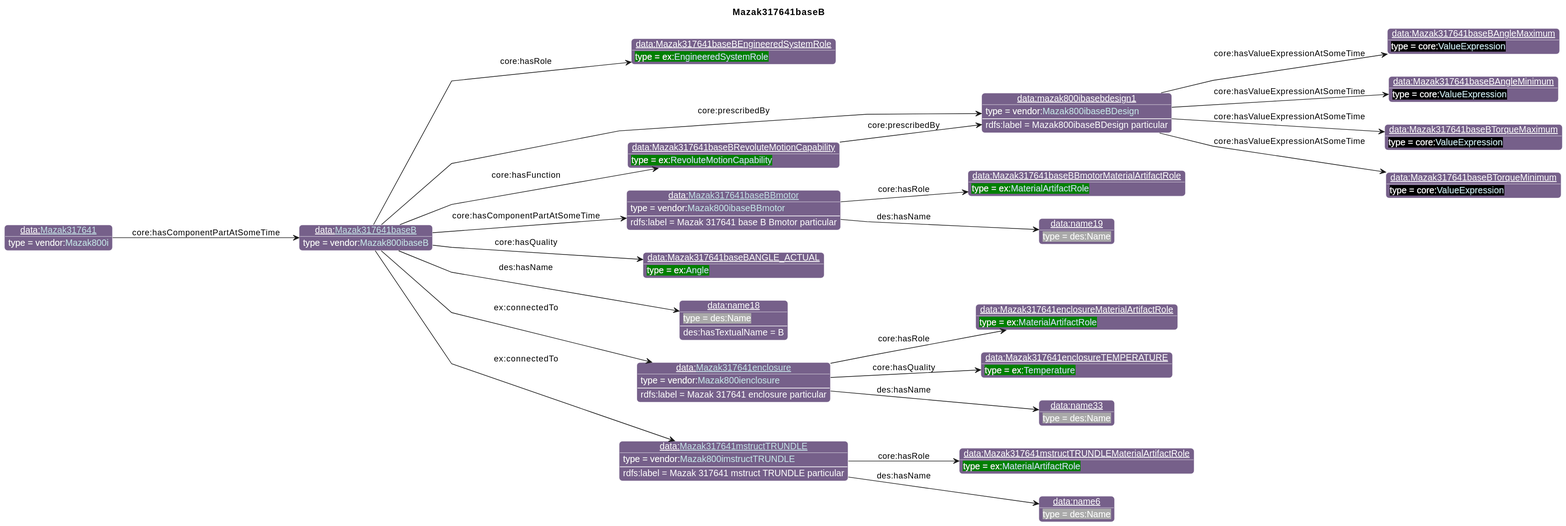
iofoundry/example-syseng-mtconnect keeps this PlantUML diagram as diagrams/Mazak317641baseB.svg. Above is the earlier version.
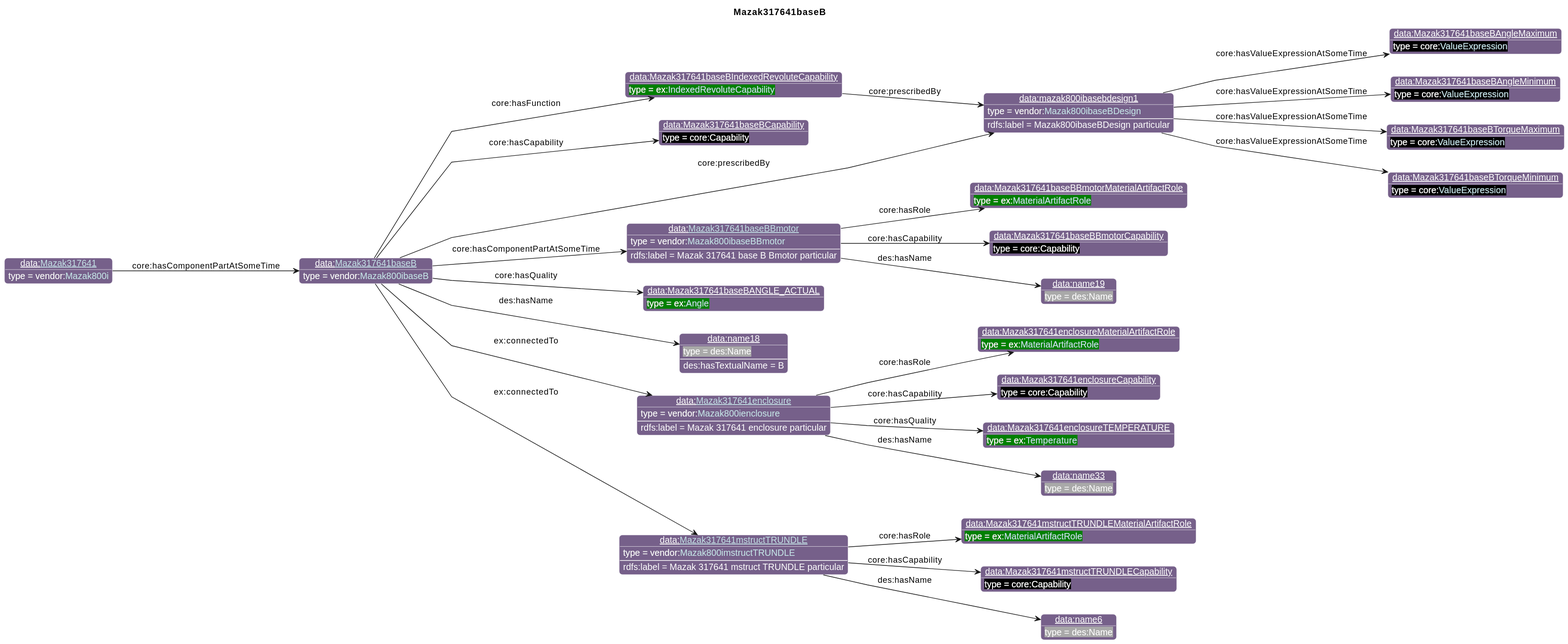
Above is the later version.

Diff of the diagram source:
```diff
@@ -26,50 +26,56 @@
                       "qp":"641B2E"
       }
 individual(o0, data:[[./Mazak317641baseB.html Mazak317641baseB]], vendor:[[../Mazak.html#Mazak800ibaseB Mazak800ibaseB]])
-individual(o1, data:Mazak317641baseBEngineeredSystemRole, ex:[[../Example.html#EngineeredSystemRole EngineeredSystemRole]])
-individual(o2, data:mazak800ibasebdesign1, vendor:[[../Mazak.html#Mazak800ibaseBDesign Mazak800ibaseBDesign]])
-individual(o3, data:Mazak317641baseBAngleMaximum, core:[[https://spec.industrialontologies.org/ontology/core/Core/ValueExpression ValueExpression]])
-individual(o4, data:Mazak317641baseBAngleMinimum, core:[[https://spec.industrialontologies.org/ontology/core/Core/ValueExpression ValueExpression]])
-individual(o5, data:Mazak317641baseBTorqueMaximum, core:[[https://spec.industrialontologies.org/ontology/core/Core/ValueExpression ValueExpression]])
-individual(o6, data:Mazak317641baseBTorqueMinimum, core:[[https://spec.industrialontologies.org/ontology/core/Core/ValueExpression ValueExpression]])
+individual(o1, data:mazak800ibasebdesign1, vendor:[[../Mazak.html#Mazak800ibaseBDesign Mazak800ibaseBDesign]])
+individual(o2, data:Mazak317641baseBAngleMaximum, core:[[https://spec.industrialontologies.org/ontology/core/Core/ValueExpression ValueExpression]])
+individual(o3, data:Mazak317641baseBAngleMinimum, core:[[https://spec.industrialontologies.org/ontology/core/Core/ValueExpression ValueExpression]])
+individual(o4, data:Mazak317641baseBTorqueMaximum, core:[[https://spec.industrialontologies.org/ontology/core/Core/ValueExpression ValueExpression]])
+individual(o5, data:Mazak317641baseBTorqueMinimum, core:[[https://spec.industrialontologies.org/ontology/core/Core/ValueExpression ValueExpression]])
+individual(o6, data:Mazak317641baseBCapability, core:Capability)
 individual(o7, data:[[./Mazak317641baseBBmotor.html Mazak317641baseBBmotor]], vendor:[[../Mazak.html#Mazak800ibaseBBmotor Mazak800ibaseBBmotor]])
 individual(o8, data:Mazak317641baseBBmotorMaterialArtifactRole, ex:[[../Example.html#MaterialArtifactRole MaterialArtifactRole]])
-individual(o9, data:name19, des:Name)
-individual(o10, data:Mazak317641baseBRevoluteMotionCapability, ex:[[../Example.html#RevoluteMotionCapability RevoluteMotionCapability]])
-individual(o11, data:Mazak317641baseBANGLE_ACTUAL, ex:[[../Example.html#Angle Angle]])
-individual(o12, data:name18, des:Name)
-individual(o13, data:[[./Mazak317641enclosure.html Mazak317641enclosure]], vendor:[[../Mazak.html#Mazak800ienclosure Mazak800ienclosure]])
-individual(o14, data:Mazak317641enclosureMaterialArtifactRole, ex:[[../Example.html#MaterialArtifactRole MaterialArtifactRole]])
-individual(o15, data:Mazak317641enclosureTEMPERATURE, ex:[[../Example.html#Temperature Temperature]])
-individual(o16, data:name33, des:Name)
-individual(o17, data:[[./Mazak317641mstructTRUNDLE.html Mazak317641mstructTRUNDLE]], vendor:[[../Mazak.html#Mazak800imstructTRUNDLE Mazak800imstructTRUNDLE]])
-individual(o18, data:Mazak317641mstructTRUNDLEMaterialArtifactRole, ex:[[../Example.html#MaterialArtifactRole MaterialArtifactRole]])
-individual(o19, data:name6, des:Name)
-individual(o20, data:[[./Mazak317641.html Mazak317641]], vendor:[[../Mazak.html#Mazak800i Mazak800i]])
-property(o0, "core:hasRole", o1)
-property(o0, "core:prescribedBy", o2)
-data(o2, "rdfs:label", "Mazak800ibaseBDesign particular")
-property(o2, "core:hasValueExpressionAtSomeTime", o3)
-property(o2, "core:hasValueExpressionAtSomeTime", o4)
-property(o2, "core:hasValueExpressionAtSomeTime", o5)
-property(o2, "core:hasValueExpressionAtSomeTime", o6)
+individual(o9, data:Mazak317641baseBBmotorCapability, core:Capability)
+individual(o10, data:name19, des:Name)
+individual(o11, data:Mazak317641baseBIndexedRevoluteCapability, ex:[[../Example.html#IndexedRevoluteCapability IndexedRevoluteCapability]])
+individual(o12, data:Mazak317641baseBANGLE_ACTUAL, ex:[[../Example.html#Angle Angle]])
+individual(o13, data:name18, des:Name)
+individual(o14, data:[[./Mazak317641enclosure.html Mazak317641enclosure]], vendor:[[../Mazak.html#Mazak800ienclosure Mazak800ienclosure]])
+individual(o15, data:Mazak317641enclosureMaterialArtifactRole, ex:[[../Example.html#MaterialArtifactRole MaterialArtifactRole]])
+individual(o16, data:Mazak317641enclosureCapability, core:Capability)
+individual(o17, data:Mazak317641enclosureTEMPERATURE, ex:[[../Example.html#Temperature Temperature]])
+individual(o18, data:name33, des:Name)
+individual(o19, data:[[./Mazak317641mstructTRUNDLE.html Mazak317641mstructTRUNDLE]], vendor:[[../Mazak.html#Mazak800imstructTRUNDLE Mazak800imstructTRUNDLE]])
+individual(o20, data:Mazak317641mstructTRUNDLEMaterialArtifactRole, ex:[[../Example.html#MaterialArtifactRole MaterialArtifactRole]])
+individual(o21, data:Mazak317641mstructTRUNDLECapability, core:Capability)
+individual(o22, data:name6, des:Name)
+individual(o23, data:[[./Mazak317641.html Mazak317641]], vendor:[[../Mazak.html#Mazak800i Mazak800i]])
+property(o0, "core:prescribedBy", o1)
+data(o1, "rdfs:label", "Mazak800ibaseBDesign particular")
+property(o1, "core:hasValueExpressionAtSomeTime", o2)
+property(o1, "core:hasValueExpressionAtSomeTime", o3)
+property(o1, "core:hasValueExpressionAtSomeTime", o4)
+property(o1, "core:hasValueExpressionAtSomeTime", o5)
+property(o0, "core:hasCapability", o6)
 property(o0, "core:hasComponentPartAtSomeTime", o7)
 data(o7, "rdfs:label", "Mazak 317641 base B Bmotor particular")
 property(o7, "core:hasRole", o8)
-property(o7, "des:hasName", o9)
-property(o0, "core:hasFunction", o10)
-property(o10, "core:prescribedBy", o2)
-property(o0, "core:hasQuality", o11)
-property(o0, "des:hasName", o12)
-data(o12, "des:hasTextualName", "B")
-property(o0, "ex:connectedTo", o13)
-data(o13, "rdfs:label", "Mazak 317641 enclosure particular")
-property(o13, "core:hasRole", o14)
-property(o13, "core:hasQuality", o15)
-property(o13, "des:hasName", o16)
-property(o0, "ex:connectedTo", o17)
-data(o17, "rdfs:label", "Mazak 317641 mstruct TRUNDLE particular")
-property(o17, "core:hasRole", o18)
-property(o17, "des:hasName", o19)
-property(o20, "core:hasComponentPartAtSomeTime", o0)
+property(o7, "core:hasCapability", o9)
+property(o7, "des:hasName", o10)
+property(o0, "core:hasFunction", o11)
+property(o11, "core:prescribedBy", o1)
+property(o0, "core:hasQuality", o12)
+property(o0, "des:hasName", o13)
+data(o13, "des:hasTextualName", "B")
+property(o0, "ex:connectedTo", o14)
+data(o14, "rdfs:label", "Mazak 317641 enclosure particular")
+property(o14, "core:hasRole", o15)
+property(o14, "core:hasCapability", o16)
+property(o14, "core:hasQuality", o17)
+property(o14, "des:hasName", o18)
+property(o0, "ex:connectedTo", o19)
+data(o19, "rdfs:label", "Mazak 317641 mstruct TRUNDLE particular")
+property(o19, "core:hasRole", o20)
+property(o19, "core:hasCapability", o21)
+property(o19, "des:hasName", o22)
+property(o23, "core:hasComponentPartAtSomeTime", o0)
 @enduml
```
